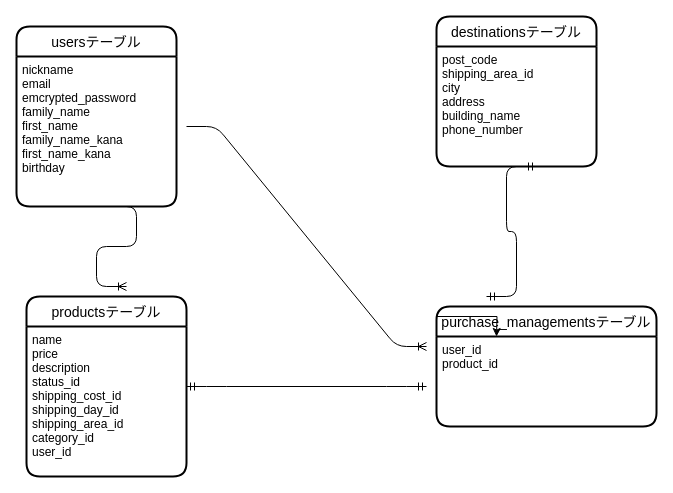
Before: er.dio in tsuyoshi0805/furima-33340, a draw.io diagram. Source tidied: cells renumbered, new cells numbered last; positions are measured from the earlier drawing's top-left corner, leaving out a move shared by most shapes. Both pictures are drawn from the tidied source at 100%, with x=0, y=0 at pixel (16, 16).
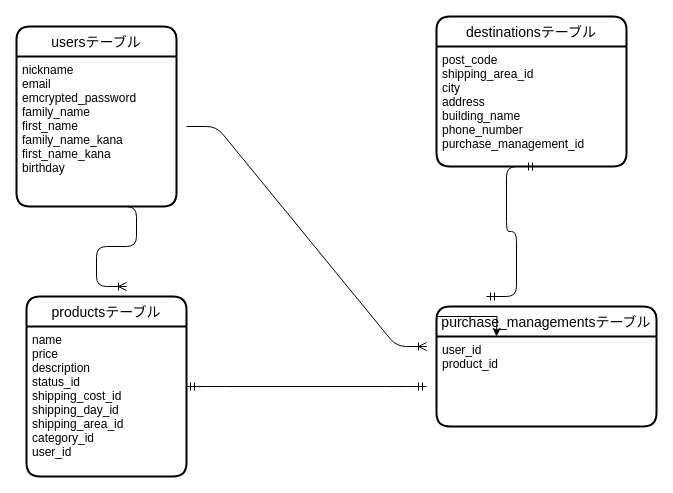
After the change.

Commit message:
ER図修正２回目

The edit, as a diff of the source:
```diff
@@
 <mxGraphModel>
   <root>
     <mxCell id="0" />
     <mxCell id="1" parent="0" />
     <mxCell id="2" value="usersテーブル" style="swimlane;horizontal=1;startSize=30;rounded=1;fontSize=14;fontStyle=0;strokeWidth=2;shadow=0;dashed=0;align=center;" parent="1" vertex="1">
       <mxGeometry y="10" width="160" height="180" as="geometry" />
     </mxCell>
     <mxCell id="3" value="nickname&#10;email&#10;emcrypted_password&#10;family_name&#10;first_name&#10;family_name_kana&#10;first_name_kana&#10;birthday&#10;&#10;&#10;&#10;&#10;" style="align=left;strokeColor=none;fillColor=none;spacingLeft=4;fontSize=12;verticalAlign=top;" parent="2" vertex="1">
       <mxGeometry y="30" width="160" height="150" as="geometry" />
     </mxCell>
     <mxCell id="4" style="edgeStyle=entityRelationEdgeStyle;fontSize=12;html=1;endArrow=ERoneToMany;" parent="2" edge="1">
       <mxGeometry relative="1" as="geometry">
         <mxPoint x="90" y="180" as="sourcePoint" />
         <mxPoint x="110" y="260" as="targetPoint" />
       </mxGeometry>
     </mxCell>
     <mxCell id="5" value="destinationsテーブル" style="swimlane;horizontal=1;startSize=30;rounded=1;fontSize=14;fontStyle=0;strokeWidth=2;shadow=0;dashed=0;align=center;" parent="1" vertex="1">
-      <mxGeometry x="420" width="160" height="150" as="geometry" />
+      <mxGeometry x="420" width="190" height="150" as="geometry" />
     </mxCell>
-    <mxCell id="6" value="post_code&#10;shipping_area_id&#10;city&#10;address&#10;building_name&#10;phone_number" style="align=left;strokeColor=none;fillColor=none;spacingLeft=4;fontSize=12;verticalAlign=top;" parent="5" vertex="1">
-      <mxGeometry y="30" width="160" height="120" as="geometry" />
+    <mxCell id="6" value="post_code&#10;shipping_area_id&#10;city&#10;address&#10;building_name&#10;phone_number&#10;purchase_management_id" style="align=left;strokeColor=none;fillColor=none;spacingLeft=4;fontSize=12;verticalAlign=top;" parent="5" vertex="1">
+      <mxGeometry y="30" width="190" height="120" as="geometry" />
     </mxCell>
     <mxCell id="7" value="productsテーブル" style="swimlane;horizontal=1;startSize=30;rounded=1;fontSize=14;fontStyle=0;strokeWidth=2;shadow=0;dashed=0;align=center;" parent="1" vertex="1">
       <mxGeometry x="10" y="280" width="160" height="180" as="geometry" />
     </mxCell>
     <mxCell id="8" value="name&#10;price&#10;description&#10;status_id&#10;shipping_cost_id&#10;shipping_day_id&#10;shipping_area_id&#10;category_id&#10;user_id" style="align=left;strokeColor=none;fillColor=none;spacingLeft=4;fontSize=12;verticalAlign=top;" parent="7" vertex="1">
       <mxGeometry y="30" width="160" height="150" as="geometry" />
     </mxCell>
     <mxCell id="9" value="purchase_managementsテーブル" style="swimlane;horizontal=1;startSize=30;rounded=1;fontSize=14;fontStyle=0;strokeWidth=2;shadow=0;dashed=0;align=center;" parent="1" vertex="1">
       <mxGeometry x="420" y="290" width="220" height="120" as="geometry" />
     </mxCell>
     <mxCell id="10" value="user_id&#10;product_id" style="align=left;strokeColor=none;fillColor=none;spacingLeft=4;fontSize=12;verticalAlign=top;" parent="9" vertex="1">
       <mxGeometry y="30" width="220" height="90" as="geometry" />
     </mxCell>
     <mxCell id="11" style="edgeStyle=orthogonalEdgeStyle;rounded=0;jettySize=auto;html=1;exitX=0;exitY=0;exitDx=0;exitDy=0;" parent="1" edge="1" source="10">
       <mxGeometry relative="1" as="geometry">
         <mxPoint x="480" y="320" as="targetPoint" />
       </mxGeometry>
     </mxCell>
     <mxCell id="12" style="edgeStyle=entityRelationEdgeStyle;fontSize=12;html=1;endArrow=ERoneToMany;" parent="1" edge="1">
       <mxGeometry relative="1" as="geometry">
         <mxPoint x="170" y="110" as="sourcePoint" />
         <mxPoint x="410" y="330" as="targetPoint" />
       </mxGeometry>
     </mxCell>
     <mxCell id="13" style="edgeStyle=entityRelationEdgeStyle;fontSize=12;html=1;endArrow=ERmandOne;startArrow=ERmandOne;" parent="1" edge="1">
       <mxGeometry relative="1" as="geometry">
         <mxPoint x="170" y="370" as="sourcePoint" />
         <mxPoint x="410" y="370" as="targetPoint" />
       </mxGeometry>
     </mxCell>
     <mxCell id="14" style="edgeStyle=entityRelationEdgeStyle;fontSize=12;html=1;endArrow=ERmandOne;startArrow=ERmandOne;" parent="1" edge="1">
       <mxGeometry relative="1" as="geometry">
         <mxPoint x="470" y="280" as="sourcePoint" />
         <mxPoint x="520" y="150" as="targetPoint" />
       </mxGeometry>
     </mxCell>
   </root>
 </mxGraphModel>
```
